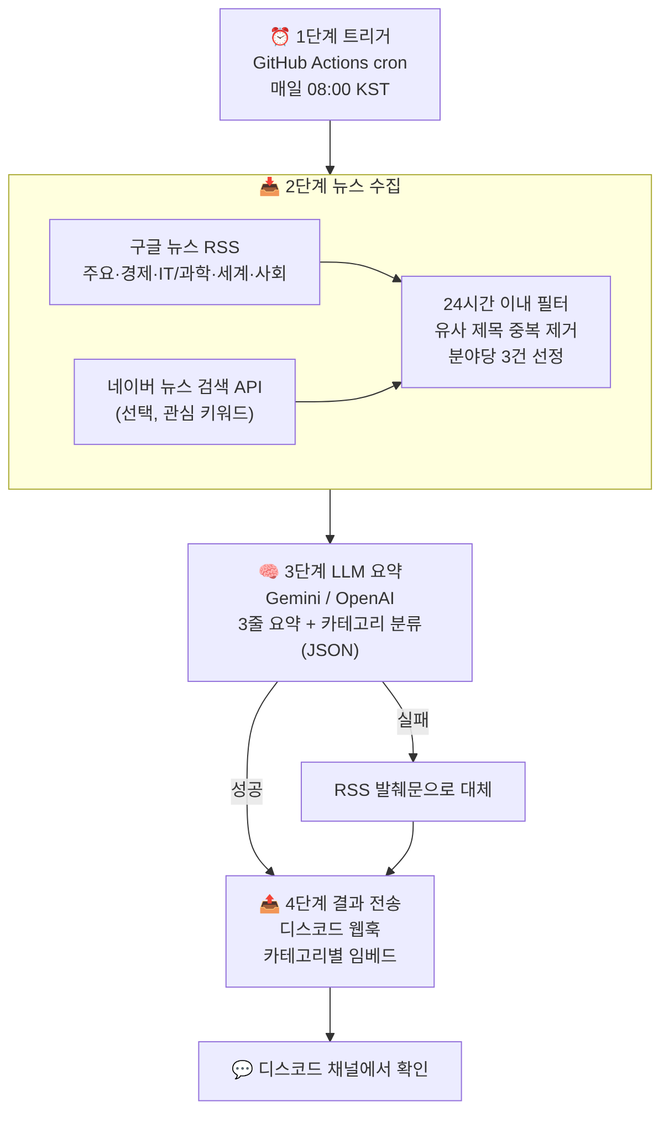
This is docs/flowchart.png from untitled2039/discord-news-bot, a Mermaid export, as it was before one commit. Its source is kept beside it as docs/flowchart.mmd.
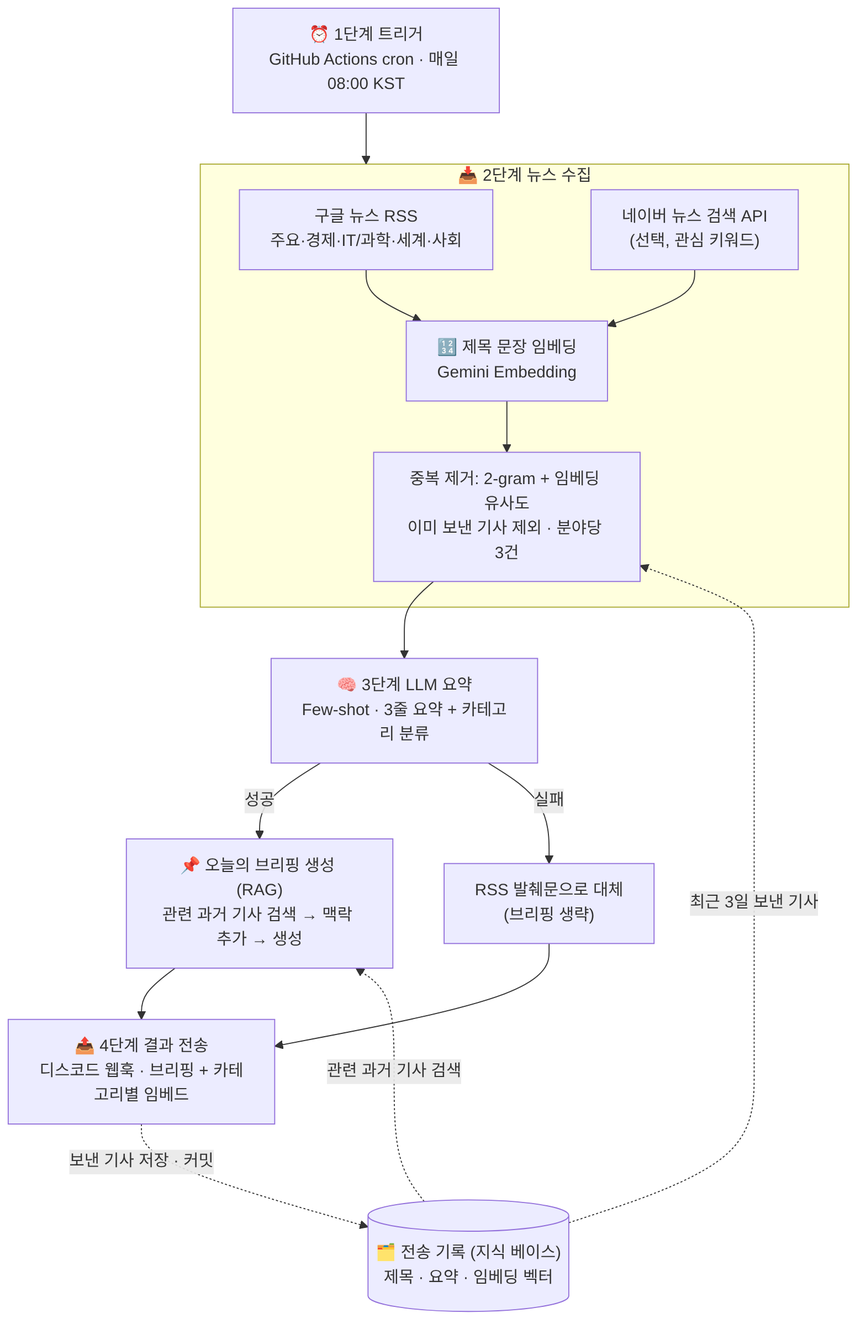
Later version of the same file.

Change to the diagram source:
```diff
@@ -1,12 +1,17 @@
 flowchart TD
-    A["⏰ 1단계 트리거<br/>GitHub Actions cron<br/>매일 08:00 KST"] --> B
+    A["⏰ 1단계 트리거<br/>GitHub Actions cron · 매일 08:00 KST"] --> B
+    H[("🗂️ 전송 기록 (지식 베이스)<br/>제목 · 요약 · 임베딩 벡터")]
     subgraph B["📥 2단계 뉴스 수집"]
-        B1["구글 뉴스 RSS<br/>주요·경제·IT/과학·세계·사회"]
-        B2["네이버 뉴스 검색 API<br/>(선택, 관심 키워드)"]
-        B1 --> B3["24시간 이내 필터<br/>유사 제목 중복 제거<br/>분야당 3건 선정"]
-        B2 --> B3
+        B1["구글 뉴스 RSS<br/>주요·경제·IT/과학·세계·사회"] --> EM
+        B2["네이버 뉴스 검색 API<br/>(선택, 관심 키워드)"] --> EM
+        EM["🔢 제목 문장 임베딩<br/>Gemini Embedding"] --> B3
+        B3["중복 제거: 2-gram + 임베딩 유사도<br/>이미 보낸 기사 제외 · 분야당 3건"]
     end
-    B --> C["🧠 3단계 LLM 요약<br/>Gemini / OpenAI<br/>3줄 요약 + 카테고리 분류(JSON)"]
-    C -->|성공| D["📤 4단계 결과 전송<br/>디스코드 웹훅<br/>카테고리별 임베드"]
-    C -->|실패| E["RSS 발췌문으로 대체"] --> D
-    D --> F["💬 디스코드 채널에서 확인"]
+    H -. 최근 3일 보낸 기사 .-> B3
+    B3 --> C["🧠 3단계 LLM 요약<br/>Few-shot · 3줄 요약 + 카테고리 분류"]
+    C -->|성공| G["📌 오늘의 브리핑 생성 (RAG)<br/>관련 과거 기사 검색 → 맥락 추가 → 생성"]
+    C -->|실패| E["RSS 발췌문으로 대체<br/>(브리핑 생략)"]
+    H -. 관련 과거 기사 검색 .-> G
+    G --> D["📤 4단계 결과 전송<br/>디스코드 웹훅 · 브리핑 + 카테고리별 임베드"]
+    E --> D
+    D -. 보낸 기사 저장 · 커밋 .-> H
```
